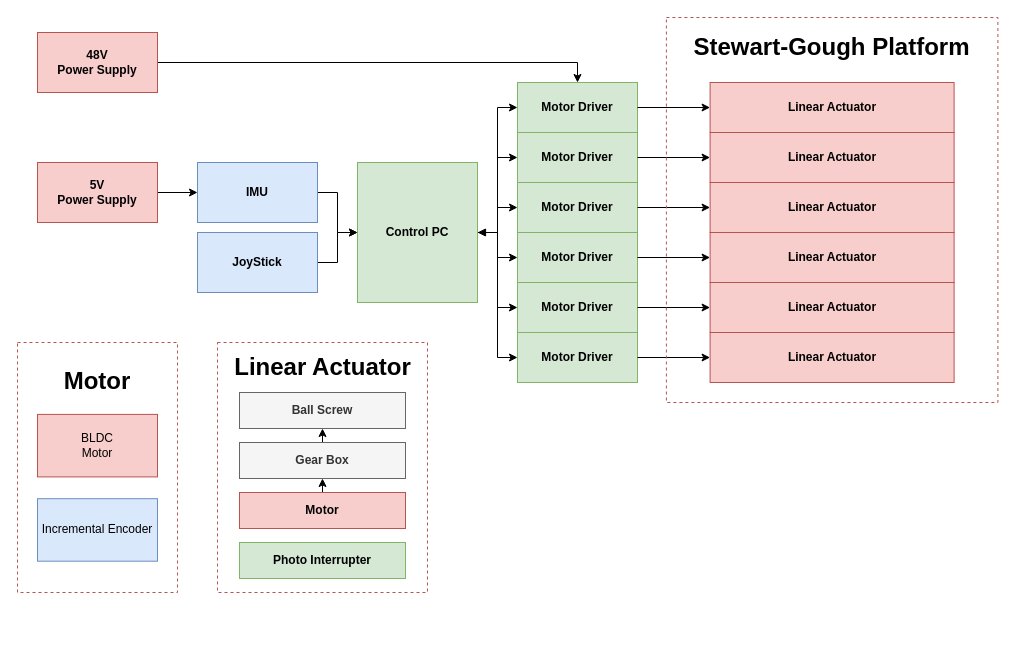
Before: 6-ups_hardware_arch.drawio in roscore/Impedance_Control_for_Stewart_Gough_Platform, a draw.io diagram. Source tidied: cells renumbered, new cells numbered last; positions are measured from the earlier drawing's top-left corner, leaving out a move shared by most shapes. Both pictures are drawn from the tidied source at 100%, with x=0, y=0 at pixel (17, 17).
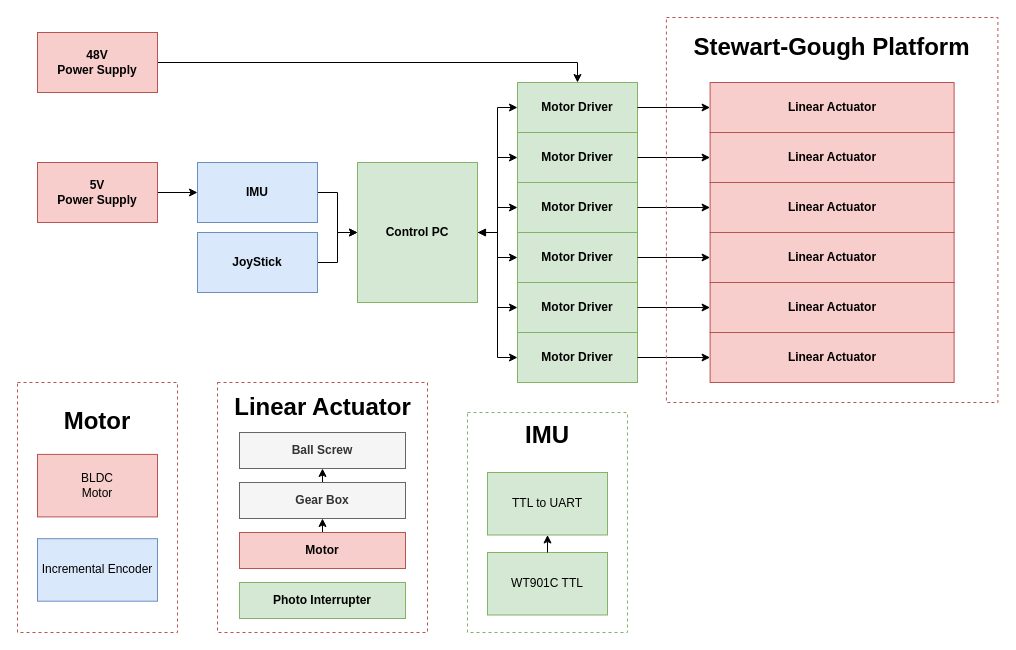
The same page after the edit.

What changed in the source:
```diff
@@
     <mxCell id="17" style="group;" parent="1" vertex="1">
-      <mxGeometry y="325" width="160" height="250" as="geometry" />
+      <mxGeometry y="365" width="160" height="250" as="geometry" />
     </mxCell>
@@
     <mxCell id="45" style="rounded=0;whiteSpace=wrap;html=1;fillColor=none;strokeColor=#b85450;dashed=1;" parent="1" vertex="1">
-      <mxGeometry x="200" y="325" width="210" height="250" as="geometry" />
+      <mxGeometry x="200" y="365" width="210" height="250" as="geometry" />
     </mxCell>
@@
     <mxCell id="47" value="&lt;b&gt;Motor&lt;/b&gt;" style="rounded=0;whiteSpace=wrap;html=1;fillColor=#f8cecc;strokeColor=#b85450;" parent="1" vertex="1">
-      <mxGeometry x="222" y="475" width="166" height="36" as="geometry" />
+      <mxGeometry x="222" y="515" width="166" height="36" as="geometry" />
     </mxCell>
@@
     <mxCell id="49" value="&lt;b&gt;Gear Box&lt;/b&gt;" style="rounded=0;whiteSpace=wrap;html=1;fillColor=#f5f5f5;fontColor=#333333;strokeColor=#666666;" parent="1" vertex="1">
-      <mxGeometry x="222" y="425" width="166" height="36" as="geometry" />
+      <mxGeometry x="222" y="465" width="166" height="36" as="geometry" />
     </mxCell>
     <mxCell id="50" value="&lt;b&gt;Ball Screw&lt;/b&gt;" style="rounded=0;whiteSpace=wrap;html=1;fillColor=#f5f5f5;fontColor=#333333;strokeColor=#666666;" parent="1" vertex="1">
-      <mxGeometry x="222" y="375" width="166" height="36" as="geometry" />
+      <mxGeometry x="222" y="415" width="166" height="36" as="geometry" />
     </mxCell>
     <mxCell id="51" value="&lt;h1&gt;Linear Actuator&lt;/h1&gt;" style="text;html=1;strokeColor=none;fillColor=none;align=center;verticalAlign=middle;whiteSpace=wrap;rounded=0;dashed=1;" parent="1" vertex="1">
-      <mxGeometry x="202.5" y="335" width="205" height="30" as="geometry" />
+      <mxGeometry x="202.5" y="375" width="205" height="30" as="geometry" />
     </mxCell>
     <mxCell id="52" value="&lt;b&gt;Photo Interrupter&lt;/b&gt;" style="rounded=0;whiteSpace=wrap;html=1;fillColor=#d5e8d4;strokeColor=#82b366;" parent="1" vertex="1">
-      <mxGeometry x="222" y="525" width="166" height="36" as="geometry" />
+      <mxGeometry x="222" y="565" width="166" height="36" as="geometry" />
     </mxCell>
+    <mxCell id="53" style="group;" parent="1" vertex="1">
+      <mxGeometry x="450" y="395" width="160" height="220" as="geometry" />
+    </mxCell>
+    <mxCell id="54" style="rounded=0;whiteSpace=wrap;html=1;fillColor=none;dashed=1;strokeColor=#82b366;" parent="53" vertex="1">
+      <mxGeometry width="160" height="220" as="geometry" />
+    </mxCell>
+    <mxCell id="55" value="&lt;h1&gt;IMU&lt;/h1&gt;" style="text;html=1;strokeColor=none;fillColor=none;align=center;verticalAlign=middle;whiteSpace=wrap;rounded=0;dashed=1;" parent="53" vertex="1">
+      <mxGeometry x="50" width="60" height="46.9" as="geometry" />
+    </mxCell>
+    <mxCell id="56" value="WT901C TTL" style="rounded=0;whiteSpace=wrap;html=1;fillColor=#d5e8d4;strokeColor=#82b366;" parent="53" vertex="1">
+      <mxGeometry x="20" y="140" width="120" height="62.5" as="geometry" />
+    </mxCell>
+    <mxCell id="57" value="TTL to UART" style="rounded=0;whiteSpace=wrap;html=1;fillColor=#d5e8d4;strokeColor=#82b366;" parent="53" vertex="1">
+      <mxGeometry x="20" y="60" width="120" height="62.5" as="geometry" />
+    </mxCell>
+    <mxCell id="58" style="edgeStyle=orthogonalEdgeStyle;rounded=0;jettySize=auto;html=1;exitX=0.5;exitY=0;exitDx=0;exitDy=0;entryX=0.5;entryY=1;entryDx=0;entryDy=0;" parent="53" edge="1" source="56" target="57">
+      <mxGeometry relative="1" as="geometry" />
+    </mxCell>
```
